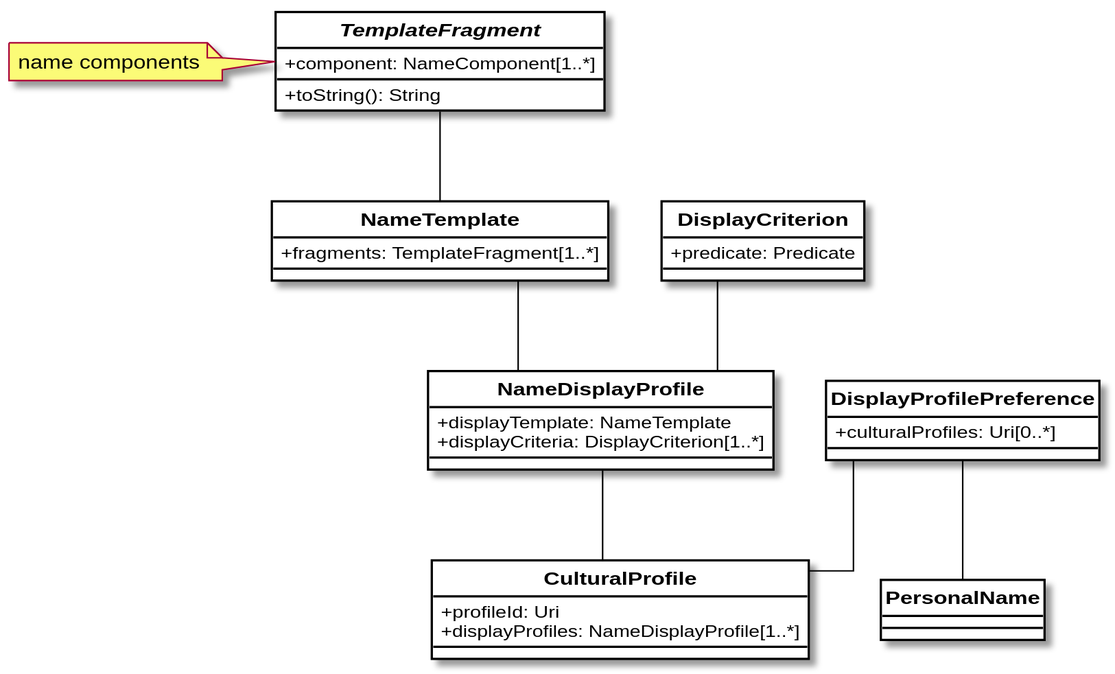
Before: images/display-profile.svg, a diagram exported from PlantUML (CalConnect/cc-name-models).
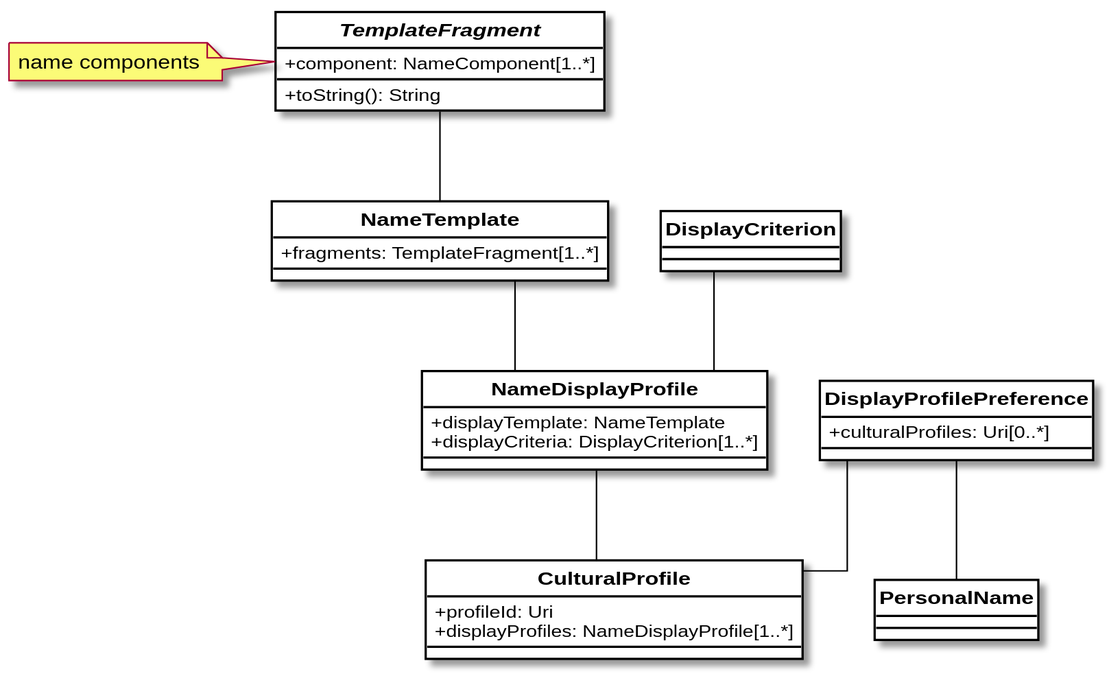
After the change.

Change to the diagram source:
```diff
@@ -53,8 +53,8 @@
 }
 
 class DisplayCriterion {
-  +predicate: Predicate
 }
+
 
 class NameDisplayProfile {
   +displayTemplate: NameTemplate
```
